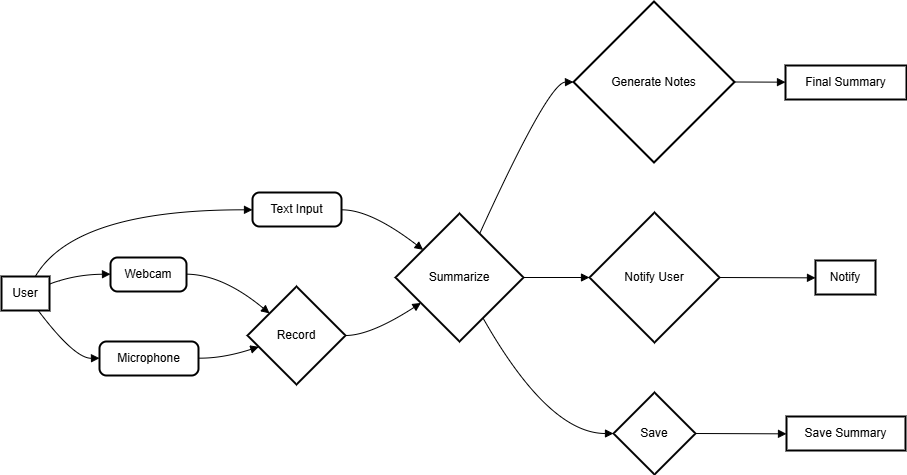
The draw.io diagram method1.png in srvenu/Mini-Project, before a commit. Source tidied: cells renumbered, new cells last; positions are measured from the earlier drawing's top-left corner, leaving out a move shared by most shapes.
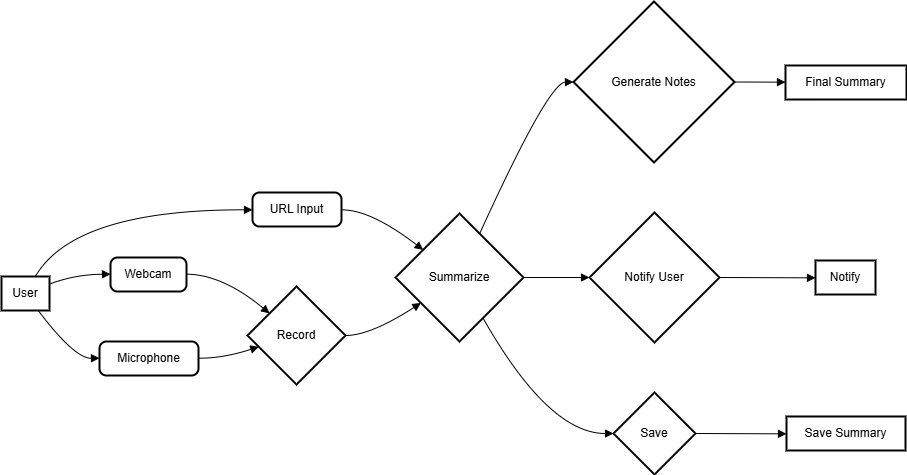
The same diagram one commit later.

Change to the diagram source:
```diff
@@ -11,7 +11,7 @@
     <mxCell id="4" value="Microphone" style="rounded=1;absoluteArcSize=1;arcSize=14;whiteSpace=wrap;strokeWidth=2;" parent="1" vertex="1">
       <mxGeometry x="98" y="340" width="99" height="34" as="geometry" />
     </mxCell>
-    <mxCell id="5" value="Text Input" style="rounded=1;absoluteArcSize=1;arcSize=14;whiteSpace=wrap;strokeWidth=2;" parent="1" vertex="1">
+    <mxCell id="5" value="URL Input" style="rounded=1;absoluteArcSize=1;arcSize=14;whiteSpace=wrap;strokeWidth=2;" parent="1" vertex="1">
       <mxGeometry x="251" y="191" width="89" height="34" as="geometry" />
     </mxCell>
     <mxCell id="6" value="Record" style="rhombus;strokeWidth=2;whiteSpace=wrap;" parent="1" vertex="1">
```
